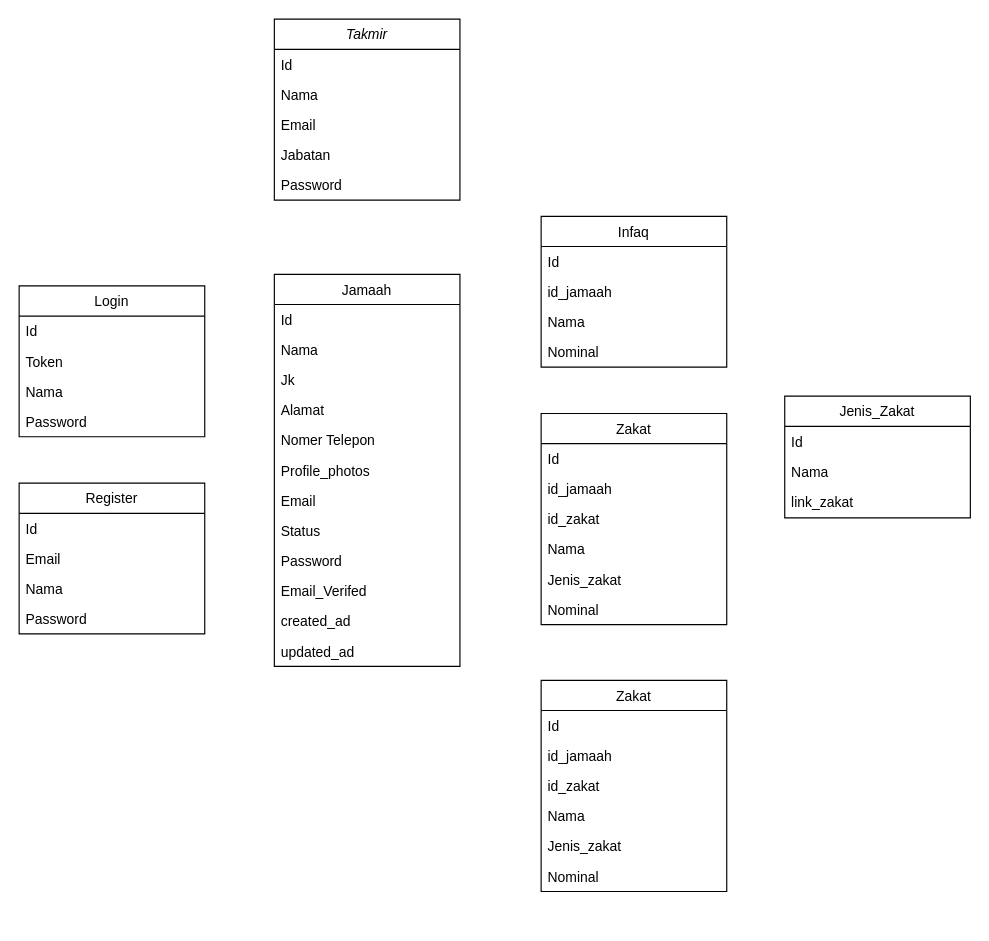
Before: diagramMasjid.drawio in yudhawahyup27/Data, a draw.io diagram. Source tidied: cells renumbered, new cells numbered last; positions are measured from the earlier drawing's top-left corner, leaving out a move shared by most shapes. Both pictures are drawn from the tidied source at 116%, with x=0, y=0 at pixel (19, 19).
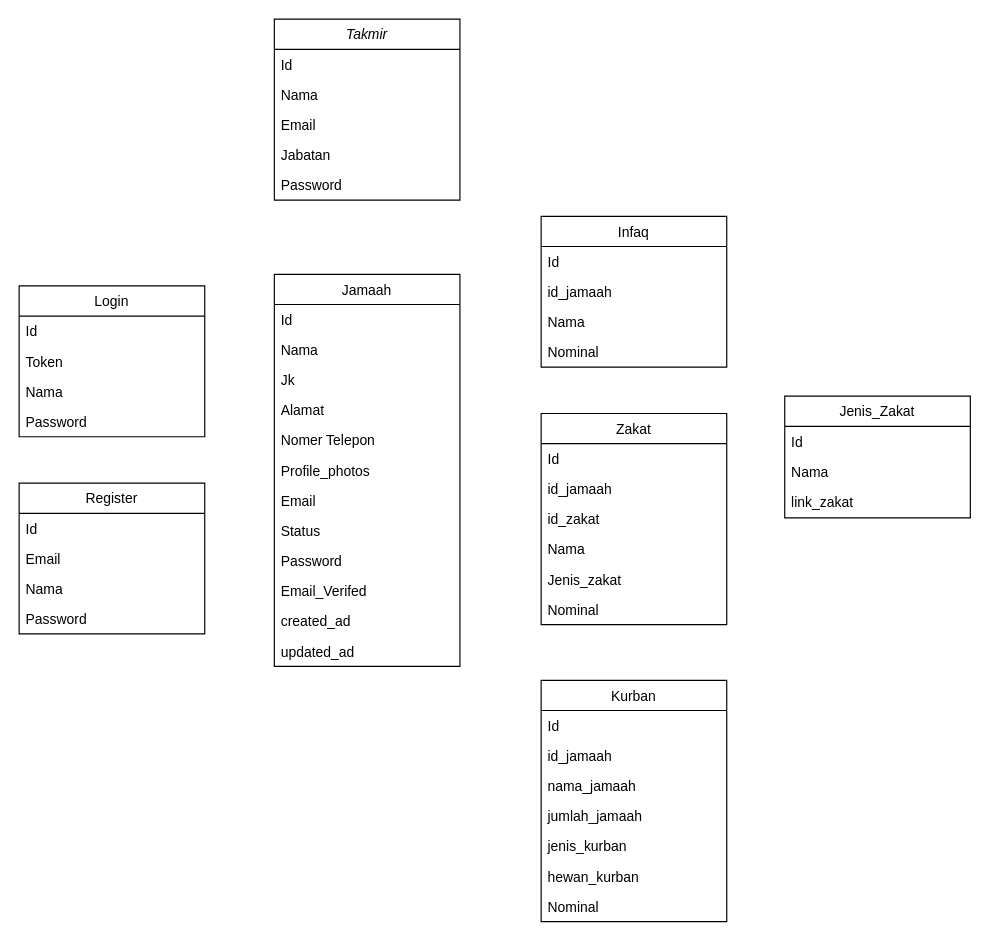
Above is the later version.

Diff of the diagram source:
```diff
@@
-    <mxCell id="47" value="Zakat" style="swimlane;fontStyle=0;align=center;verticalAlign=top;horizontal=1;startSize=26;rounded=0;shadow=0;strokeWidth=1;" parent="1" vertex="1">
-      <mxGeometry x="450" y="570" width="160" height="182" as="geometry" />
+    <mxCell id="47" value="Kurban&#10;" style="swimlane;fontStyle=0;align=center;verticalAlign=top;horizontal=1;startSize=26;rounded=0;shadow=0;strokeWidth=1;" parent="1" vertex="1">
+      <mxGeometry x="450" y="570" width="160" height="208" as="geometry" />
     </mxCell>
@@
+    <mxCell id="54" value="nama_jamaah" style="text;align=left;verticalAlign=top;spacingLeft=4;spacingRight=4;overflow=hidden;" parent="47" vertex="1">
+      <mxGeometry y="78" width="160" height="26" as="geometry" />
+    </mxCell>
+    <mxCell id="55" value="jumlah_jamaah&#10;&#10;" style="text;align=left;verticalAlign=top;spacingLeft=4;spacingRight=4;overflow=hidden;" parent="47" vertex="1">
+      <mxGeometry y="104" width="160" height="26" as="geometry" />
+    </mxCell>
-    <mxCell id="50" value="id_zakat" style="text;align=left;verticalAlign=top;spacingLeft=4;spacingRight=4;overflow=hidden;" parent="47" vertex="1">
-      <mxGeometry y="78" width="160" height="26" as="geometry" />
+    <mxCell id="50" value="jenis_kurban" style="text;align=left;verticalAlign=top;spacingLeft=4;spacingRight=4;overflow=hidden;" parent="47" vertex="1">
+      <mxGeometry y="130" width="160" height="26" as="geometry" />
     </mxCell>
-    <mxCell id="51" value="Nama" style="text;align=left;verticalAlign=top;spacingLeft=4;spacingRight=4;overflow=hidden;" parent="47" vertex="1">
-      <mxGeometry y="104" width="160" height="26" as="geometry" />
+    <mxCell id="51" value="hewan_kurban" style="text;align=left;verticalAlign=top;spacingLeft=4;spacingRight=4;overflow=hidden;" parent="47" vertex="1">
+      <mxGeometry y="156" width="160" height="26" as="geometry" />
     </mxCell>
-    <mxCell id="52" value="Jenis_zakat" style="text;align=left;verticalAlign=top;spacingLeft=4;spacingRight=4;overflow=hidden;" parent="47" vertex="1">
-      <mxGeometry y="130" width="160" height="26" as="geometry" />
+    <mxCell id="52" value="Nominal" style="text;align=left;verticalAlign=top;spacingLeft=4;spacingRight=4;overflow=hidden;" parent="47" vertex="1">
+      <mxGeometry y="182" width="160" height="26" as="geometry" />
     </mxCell>
-    <mxCell id="53" value="Nominal" style="text;align=left;verticalAlign=top;spacingLeft=4;spacingRight=4;overflow=hidden;" parent="47" vertex="1">
-      <mxGeometry y="156" width="160" height="26" as="geometry" />
-    </mxCell>
```
